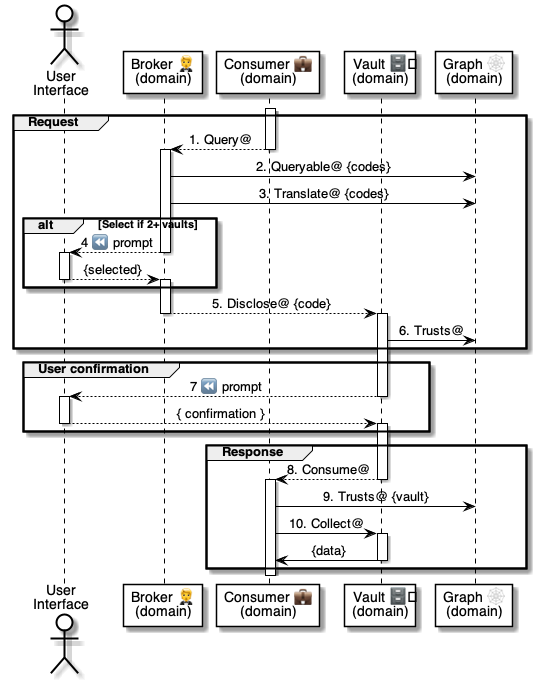
Earlier version of the PlantUML export 5 ⏩ Flows/20 💼⏩ Consumers/.📎 Assets/⚙️ Query Vault.png (pollyweb-org/pollyweb-docs). Its source is kept beside it as 5 ⏩ Flows/20 💼⏩ Consumers/.📎 Assets/⚙️ Query Vault.puml.
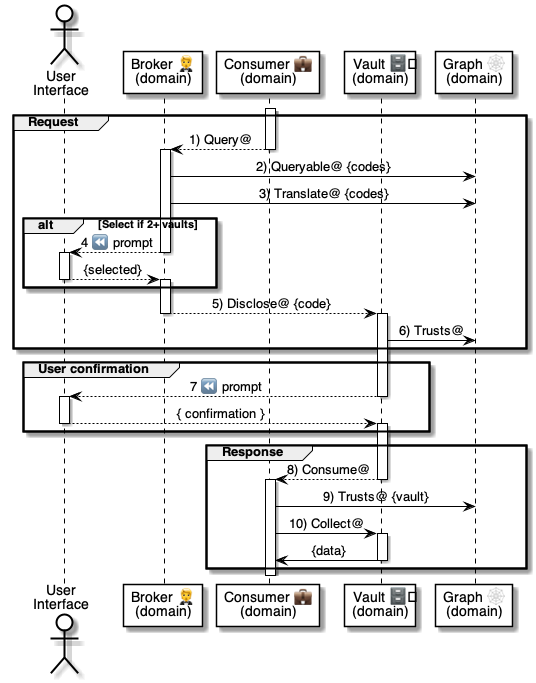
Later version of the same file.

Change to the diagram source:
```diff
@@ -12,12 +12,12 @@
 
 group Request
 
-    consumer --> broker: 1. Query@
+    consumer --> broker: 1) Query@
     deactivate consumer
 
     activate broker
-    broker -> graph: 2. Queryable@ {codes}
-    broker -> graph: 3. Translate@ {codes}
+    broker -> graph: 2) Queryable@ {codes}
+    broker -> graph: 3) Translate@ {codes}
 
     alt Select if 2+ vaults
         broker --> user: 4 ⏪ prompt
@@ -30,11 +30,11 @@
         activate broker
     end alt
 
-    broker --> vault: 5. Disclose@ {code}
+    broker --> vault: 5) Disclose@ {code}
     deactivate broker
 
     activate vault
-    vault -> graph: 6. Trusts@
+    vault -> graph: 6) Trusts@
 
 end group
 
@@ -54,12 +54,12 @@
 
 group Response
 
-        vault --> consumer: 8. Consume@
+        vault --> consumer: 8) Consume@
     deactivate vault
 
     activate consumer
-        consumer -> graph: 9. Trusts@ {vault}
-        consumer -> vault: 10. Collect@
+        consumer -> graph: 9) Trusts@ {vault}
+        consumer -> vault: 10) Collect@
         activate vault
             vault -> consumer: {data}
         deactivate vault
```
